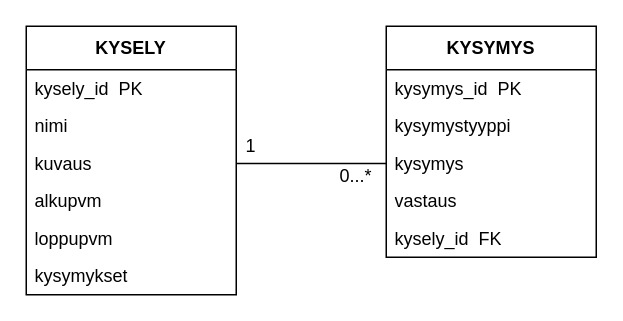
The draw.io diagram page "Sivu-1" (1 of 3) of Kaaviot/tietokantakaavio_kysely.drawio in Scrumionit/Dokumentaatio-repo, before the edit. Source tidied: cells renumbered, new cells numbered last; positions are measured from the earlier drawing's top-left corner, leaving out a move shared by most shapes. Both pictures are drawn from the tidied source at 150%, with x=0, y=0 at pixel (26, 26).
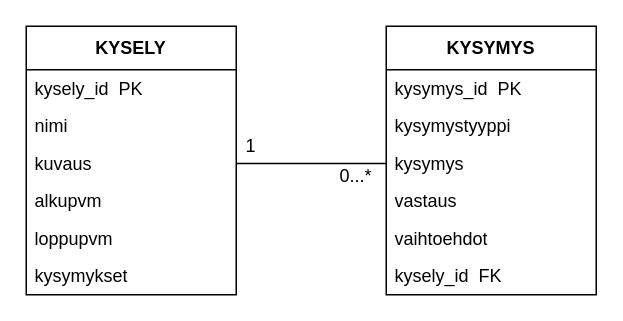
The same page after the edit.

Commit message:
Tietokantakaavio päivitys

Diff of the diagram source:
```diff
@@
 <mxGraphModel>
   <root>
     <mxCell id="0" />
     <mxCell id="1" parent="0" />
     <mxCell id="2" value="KYSELY" style="swimlane;fontStyle=1;align=center;verticalAlign=middle;horizontal=1;startSize=29;html=1;whiteSpace=wrap;" parent="1" vertex="1">
       <mxGeometry width="140" height="179" as="geometry" />
     </mxCell>
     <mxCell id="3" value="kysely_id&amp;nbsp; PK" style="text;html=1;strokeColor=none;fillColor=none;align=left;verticalAlign=middle;spacingLeft=4;spacingRight=4;overflow=hidden;whiteSpace=wrap;" parent="2" vertex="1">
       <mxGeometry y="29" width="140" height="25" as="geometry" />
     </mxCell>
     <mxCell id="4" value="nimi" style="text;html=1;strokeColor=none;fillColor=none;align=left;verticalAlign=middle;spacingLeft=4;spacingRight=4;overflow=hidden;whiteSpace=wrap;" parent="2" vertex="1">
       <mxGeometry y="54" width="140" height="25" as="geometry" />
     </mxCell>
     <mxCell id="5" value="kuvaus" style="text;html=1;strokeColor=none;fillColor=none;align=left;verticalAlign=middle;spacingLeft=4;spacingRight=4;overflow=hidden;points=[[0,0.5],[1,0.5]];portConstraint=eastwest;whiteSpace=wrap;" parent="2" vertex="1">
       <mxGeometry y="79" width="140" height="25" as="geometry" />
     </mxCell>
     <mxCell id="6" value="alkupvm" style="text;html=1;strokeColor=none;fillColor=none;align=left;verticalAlign=middle;spacingLeft=4;spacingRight=4;overflow=hidden;whiteSpace=wrap;" parent="2" vertex="1">
       <mxGeometry y="104" width="140" height="25" as="geometry" />
     </mxCell>
     <mxCell id="7" value="loppupvm" style="text;html=1;strokeColor=none;fillColor=none;align=left;verticalAlign=middle;spacingLeft=4;spacingRight=4;overflow=hidden;whiteSpace=wrap;" parent="2" vertex="1">
       <mxGeometry y="129" width="140" height="25" as="geometry" />
     </mxCell>
     <mxCell id="8" value="kysymykset" style="text;html=1;strokeColor=none;fillColor=none;align=left;verticalAlign=middle;spacingLeft=4;spacingRight=4;overflow=hidden;whiteSpace=wrap;" parent="2" vertex="1">
       <mxGeometry y="154" width="140" height="25" as="geometry" />
     </mxCell>
     <mxCell id="9" value="KYSYMYS" style="swimlane;fontStyle=1;align=center;verticalAlign=middle;horizontal=1;startSize=29;html=1;whiteSpace=wrap;" parent="1" vertex="1">
-      <mxGeometry x="240" width="140" height="154" as="geometry" />
+      <mxGeometry x="240" width="140" height="179" as="geometry" />
     </mxCell>
     <mxCell id="10" value="kysymys_id&amp;nbsp; PK" style="text;html=1;strokeColor=none;fillColor=none;align=left;verticalAlign=middle;spacingLeft=4;spacingRight=4;overflow=hidden;whiteSpace=wrap;" parent="9" vertex="1">
       <mxGeometry y="29" width="140" height="25" as="geometry" />
     </mxCell>
     <mxCell id="11" value="kysymystyyppi" style="text;html=1;strokeColor=none;fillColor=none;align=left;verticalAlign=middle;spacingLeft=4;spacingRight=4;overflow=hidden;whiteSpace=wrap;" parent="9" vertex="1">
       <mxGeometry y="54" width="140" height="25" as="geometry" />
     </mxCell>
     <mxCell id="12" value="kysymys" style="text;html=1;strokeColor=none;fillColor=none;align=left;verticalAlign=middle;spacingLeft=4;spacingRight=4;overflow=hidden;points=[[0,0.5],[1,0.5]];portConstraint=eastwest;whiteSpace=wrap;" parent="9" vertex="1">
       <mxGeometry y="79" width="140" height="25" as="geometry" />
     </mxCell>
     <mxCell id="13" value="vastaus" style="text;html=1;strokeColor=none;fillColor=none;align=left;verticalAlign=middle;spacingLeft=4;spacingRight=4;overflow=hidden;whiteSpace=wrap;" parent="9" vertex="1">
       <mxGeometry y="104" width="140" height="25" as="geometry" />
     </mxCell>
+    <mxCell id="18" value="vaihtoehdot" style="text;html=1;strokeColor=none;fillColor=none;align=left;verticalAlign=middle;spacingLeft=4;spacingRight=4;overflow=hidden;whiteSpace=wrap;" parent="9" vertex="1">
+      <mxGeometry y="129" width="140" height="25" as="geometry" />
+    </mxCell>
     <mxCell id="14" value="kysely_id&amp;nbsp; FK" style="text;html=1;strokeColor=none;fillColor=none;align=left;verticalAlign=middle;spacingLeft=4;spacingRight=4;overflow=hidden;whiteSpace=wrap;" parent="9" vertex="1">
-      <mxGeometry y="129" width="140" height="25" as="geometry" />
+      <mxGeometry y="154" width="140" height="25" as="geometry" />
     </mxCell>
     <mxCell id="15" value="1" style="html=1;align=center;verticalAlign=middle;dashed=0;whiteSpace=wrap;fillColor=none;strokeColor=none;" parent="1" vertex="1">
       <mxGeometry x="130" y="70" width="40" height="20" as="geometry" />
     </mxCell>
     <mxCell id="16" value="0...*" style="html=1;align=center;verticalAlign=middle;dashed=0;whiteSpace=wrap;fillColor=none;strokeColor=none;" parent="1" vertex="1">
       <mxGeometry x="200" y="90" width="40" height="20" as="geometry" />
     </mxCell>
     <mxCell id="17" style="edgeStyle=orthogonalEdgeStyle;rounded=0;jettySize=auto;html=1;exitX=1;exitY=0.5;exitDx=0;exitDy=0;entryX=0;entryY=0.5;entryDx=0;entryDy=0;endArrow=none;endFill=0;" parent="1" edge="1" source="5" target="12">
       <mxGeometry relative="1" as="geometry" />
     </mxCell>
   </root>
 </mxGraphModel>
```
